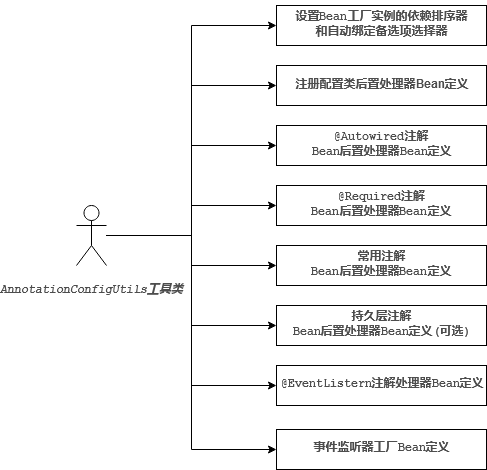
Above: spring-ioc/images/spring-annotation-config-utils.png in rutine/spring-doc (draw.io), before the change. Source tidied: cells renumbered, new cells last; positions are measured from the earlier drawing's top-left corner, leaving out a move shared by most shapes.
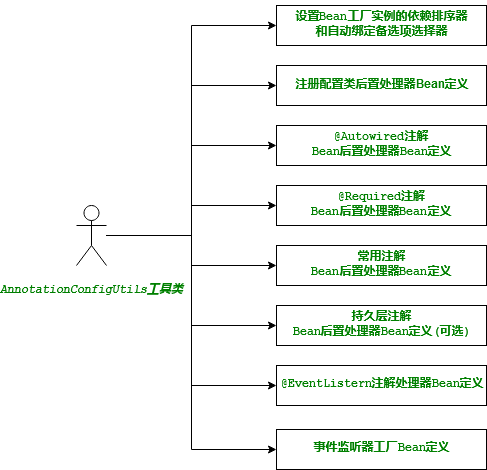
Later version of the same file.

What changed in the source:
```diff
@@ -5,31 +5,31 @@
     <mxCell id="2" style="edgeStyle=orthogonalEdgeStyle;rounded=0;jettySize=auto;html=1;fontColor=#000000;entryX=0;entryY=0.5;entryDx=0;entryDy=0;" parent="1" edge="1" source="3" target="4">
       <mxGeometry relative="1" as="geometry" />
     </mxCell>
-    <mxCell id="3" value="&lt;pre style=&quot;background-color: rgb(255, 255, 255); font-family: &amp;quot;courier new&amp;quot;; font-size: 9pt;&quot;&gt;&lt;span style=&quot;&quot;&gt;AnnotationConfigUtils工具类&lt;/span&gt;&lt;/pre&gt;" style="shape=umlActor;verticalLabelPosition=bottom;labelBackgroundColor=#ffffff;verticalAlign=top;html=1;fontStyle=3;fontColor=#4D4D4D;" parent="1" vertex="1">
+    <mxCell id="3" value="&lt;pre style=&quot;background-color: rgb(255 , 255 , 255) ; font-family: &amp;#34;courier new&amp;#34; ; font-size: 9pt&quot;&gt;&lt;font color=&quot;#008000&quot;&gt;&lt;span&gt;AnnotationConfigUtils工具类&lt;/span&gt;&lt;/font&gt;&lt;/pre&gt;" style="shape=umlActor;verticalLabelPosition=bottom;labelBackgroundColor=#ffffff;verticalAlign=top;html=1;fontStyle=3;fontColor=#4D4D4D;" parent="1" vertex="1">
       <mxGeometry y="200" width="30" height="60" as="geometry" />
     </mxCell>
-    <mxCell id="4" value="&lt;pre style=&quot;background-color: rgb(255 , 255 , 255) ; font-family: &amp;quot;courier new&amp;quot; ; font-size: 9pt&quot;&gt;&lt;b&gt;设置Bean工厂实例的依赖排序器&lt;br&gt;和自动绑定备选项选择器&lt;/b&gt;&lt;/pre&gt;" style="rounded=0;whiteSpace=wrap;html=1;fontStyle=1;fontColor=#4D4D4D;" parent="1" vertex="1">
+    <mxCell id="4" value="&lt;pre style=&quot;background-color: rgb(255 , 255 , 255) ; font-family: &amp;quot;courier new&amp;quot; ; font-size: 9pt&quot;&gt;&lt;font color=&quot;#008000&quot;&gt;&lt;span&gt;设置Bean工厂实例的依赖排序器&lt;br&gt;和自动绑定备选项选择器&lt;/span&gt;&lt;/font&gt;&lt;/pre&gt;" style="rounded=0;whiteSpace=wrap;html=1;fontStyle=1;fontColor=#4D4D4D;" parent="1" vertex="1">
       <mxGeometry x="200" width="210" height="40" as="geometry" />
     </mxCell>
-    <mxCell id="5" value="&lt;div&gt;注册配置类后置处理器Bean定义&lt;/div&gt;" style="rounded=0;whiteSpace=wrap;html=1;fontStyle=1;fontColor=#4D4D4D;" parent="1" vertex="1">
+    <mxCell id="5" value="&lt;div&gt;注册配置类后置处理器Bean定义&lt;/div&gt;" style="rounded=0;whiteSpace=wrap;html=1;fontStyle=1;fontColor=#008000;" parent="1" vertex="1">
       <mxGeometry x="200" y="60" width="210" height="40" as="geometry" />
     </mxCell>
-    <mxCell id="6" value="&lt;pre style=&quot;background-color: rgb(255 , 255 , 255) ; font-family: &amp;quot;courier new&amp;quot; ; font-size: 9pt&quot;&gt;&lt;span&gt;@Autowired注解&lt;br&gt;Bean后置处理器&lt;/span&gt;Bean定义&lt;/pre&gt;" style="rounded=0;whiteSpace=wrap;html=1;fontStyle=1;fontColor=#4D4D4D;" parent="1" vertex="1">
+    <mxCell id="6" value="&lt;pre style=&quot;background-color: rgb(255 , 255 , 255) ; font-family: &amp;quot;courier new&amp;quot; ; font-size: 9pt&quot;&gt;&lt;span&gt;@Autowired注解&lt;br&gt;Bean后置处理器&lt;/span&gt;Bean定义&lt;/pre&gt;" style="rounded=0;whiteSpace=wrap;html=1;fontStyle=1;fontColor=#008000;" parent="1" vertex="1">
       <mxGeometry x="200" y="120" width="210" height="40" as="geometry" />
     </mxCell>
-    <mxCell id="7" value="&lt;pre style=&quot;background-color: rgb(255 , 255 , 255) ; font-family: &amp;quot;courier new&amp;quot; ; font-size: 9pt&quot;&gt;&lt;span&gt;@Required注解&lt;br&gt;&lt;/span&gt;&lt;span&gt;Bean后置处理器&lt;/span&gt;Bean定义&lt;br&gt;&lt;span&gt;&lt;/span&gt;&lt;/pre&gt;" style="rounded=0;whiteSpace=wrap;html=1;fontStyle=1;fontColor=#4D4D4D;" parent="1" vertex="1">
+    <mxCell id="7" value="&lt;pre style=&quot;background-color: rgb(255 , 255 , 255) ; font-family: &amp;quot;courier new&amp;quot; ; font-size: 9pt&quot;&gt;&lt;span&gt;@Required注解&lt;br&gt;&lt;/span&gt;&lt;span&gt;Bean后置处理器&lt;/span&gt;Bean定义&lt;br&gt;&lt;span&gt;&lt;/span&gt;&lt;/pre&gt;" style="rounded=0;whiteSpace=wrap;html=1;fontStyle=1;fontColor=#008000;" parent="1" vertex="1">
       <mxGeometry x="200" y="180" width="210" height="40" as="geometry" />
     </mxCell>
-    <mxCell id="8" value="&lt;pre style=&quot;background-color: rgb(255 , 255 , 255) ; font-family: &amp;quot;courier new&amp;quot; ; font-size: 9pt&quot;&gt;&lt;span&gt;常用注解&lt;br&gt;&lt;/span&gt;&lt;span&gt;Bean后置处理器&lt;/span&gt;Bean定义&lt;br&gt;&lt;span&gt;&lt;/span&gt;&lt;/pre&gt;" style="rounded=0;whiteSpace=wrap;html=1;fontStyle=1;fontColor=#4D4D4D;" parent="1" vertex="1">
+    <mxCell id="8" value="&lt;pre style=&quot;background-color: rgb(255 , 255 , 255) ; font-family: &amp;quot;courier new&amp;quot; ; font-size: 9pt&quot;&gt;&lt;span&gt;常用注解&lt;br&gt;&lt;/span&gt;&lt;span&gt;Bean后置处理器&lt;/span&gt;Bean定义&lt;br&gt;&lt;span&gt;&lt;/span&gt;&lt;/pre&gt;" style="rounded=0;whiteSpace=wrap;html=1;fontStyle=1;fontColor=#008000;" parent="1" vertex="1">
       <mxGeometry x="200" y="240" width="210" height="40" as="geometry" />
     </mxCell>
-    <mxCell id="9" value="&lt;pre style=&quot;background-color: rgb(255 , 255 , 255) ; font-family: &amp;quot;courier new&amp;quot; ; font-size: 9pt&quot;&gt;&lt;span&gt;持久层注解&lt;br&gt;&lt;/span&gt;&lt;span&gt;&lt;span&gt;Bean后置处理器&lt;/span&gt;Bean定义(可选)&lt;/span&gt;&lt;/pre&gt;" style="rounded=0;whiteSpace=wrap;html=1;fontStyle=1;fontColor=#4D4D4D;" parent="1" vertex="1">
+    <mxCell id="9" value="&lt;pre style=&quot;background-color: rgb(255 , 255 , 255) ; font-family: &amp;quot;courier new&amp;quot; ; font-size: 9pt&quot;&gt;&lt;span&gt;持久层注解&lt;br&gt;&lt;/span&gt;&lt;span&gt;&lt;span&gt;Bean后置处理器&lt;/span&gt;Bean定义(可选)&lt;/span&gt;&lt;/pre&gt;" style="rounded=0;whiteSpace=wrap;html=1;fontStyle=1;fontColor=#008000;" parent="1" vertex="1">
       <mxGeometry x="200" y="300" width="210" height="40" as="geometry" />
     </mxCell>
-    <mxCell id="10" value="&lt;div&gt;&lt;pre style=&quot;background-color: rgb(255 , 255 , 255) ; font-family: &amp;quot;courier new&amp;quot; ; font-size: 9pt&quot;&gt;&lt;span&gt;@EventListern&lt;/span&gt;注解处理器Bean定义&lt;/pre&gt;&lt;/div&gt;" style="rounded=0;whiteSpace=wrap;html=1;fontStyle=1;fontColor=#4D4D4D;" parent="1" vertex="1">
+    <mxCell id="10" value="&lt;div&gt;&lt;pre style=&quot;background-color: rgb(255 , 255 , 255) ; font-family: &amp;quot;courier new&amp;quot; ; font-size: 9pt&quot;&gt;&lt;span&gt;@EventListern&lt;/span&gt;注解处理器Bean定义&lt;/pre&gt;&lt;/div&gt;" style="rounded=0;whiteSpace=wrap;html=1;fontStyle=1;fontColor=#008000;" parent="1" vertex="1">
       <mxGeometry x="200" y="360" width="210" height="40" as="geometry" />
     </mxCell>
-    <mxCell id="11" value="&lt;div&gt;&lt;pre style=&quot;background-color: rgb(255 , 255 , 255) ; font-family: &amp;quot;courier new&amp;quot; ; font-size: 9pt&quot;&gt;&lt;span&gt;事件监听器&lt;/span&gt;工厂Bean定义&lt;/pre&gt;&lt;/div&gt;" style="rounded=0;whiteSpace=wrap;html=1;fontStyle=1;fontColor=#4D4D4D;" parent="1" vertex="1">
+    <mxCell id="11" value="&lt;div&gt;&lt;pre style=&quot;background-color: rgb(255 , 255 , 255) ; font-family: &amp;quot;courier new&amp;quot; ; font-size: 9pt&quot;&gt;&lt;span&gt;事件监听器&lt;/span&gt;工厂Bean定义&lt;/pre&gt;&lt;/div&gt;" style="rounded=0;whiteSpace=wrap;html=1;fontStyle=1;fontColor=#008000;" parent="1" vertex="1">
       <mxGeometry x="200" y="424" width="210" height="40" as="geometry" />
     </mxCell>
     <mxCell id="12" style="edgeStyle=orthogonalEdgeStyle;rounded=0;jettySize=auto;html=1;fontColor=#000000;entryX=0;entryY=0.5;entryDx=0;entryDy=0;" parent="1" edge="1" target="5">
```
